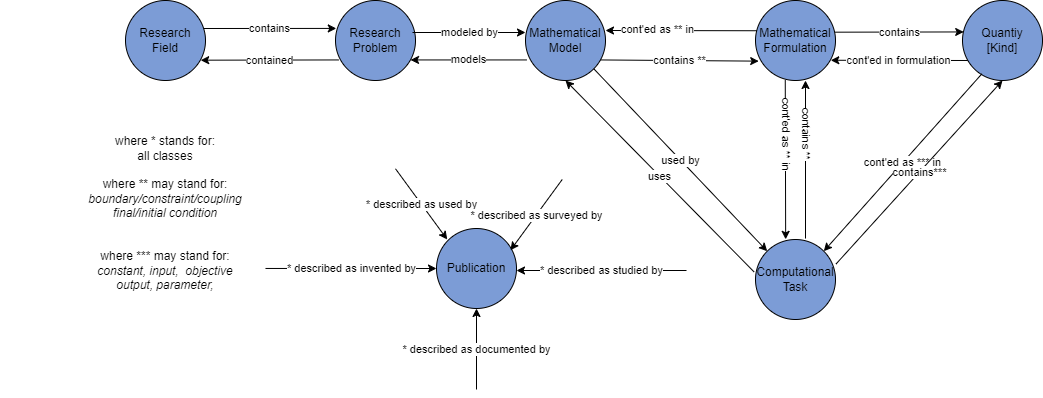
Above: docs/customSections/images/MathModDB.png in MaRDI4NFDI/MathModDB (draw.io), before the change. Source tidied: cells renumbered, new cells last; positions are measured from the earlier drawing's top-left corner, leaving out a move shared by most shapes. Its diagram source:
```xml
<mxGraphModel>
  <root>
    <mxCell id="0" />
    <mxCell id="1" parent="0" />
    <mxCell id="2" value="Research&lt;br&gt;&lt;div&gt;Field&lt;/div&gt;" style="ellipse;whiteSpace=wrap;html=1;fillColor=#7c9cd6;" parent="1" vertex="1">
      <mxGeometry x="125" width="80" height="80" as="geometry" />
    </mxCell>
    <mxCell id="3" value="Research&lt;br&gt;&lt;div&gt;Problem&lt;/div&gt;" style="ellipse;whiteSpace=wrap;html=1;fillColor=#7c9cd6;" parent="1" vertex="1">
      <mxGeometry x="335" width="80" height="80" as="geometry" />
    </mxCell>
    <mxCell id="4" value="Mathematical&lt;br&gt;Model" style="ellipse;whiteSpace=wrap;html=1;fillColor=#7c9cd6;" parent="1" vertex="1">
      <mxGeometry x="525" width="80" height="80" as="geometry" />
    </mxCell>
    <mxCell id="5" value="Mathematical&lt;br&gt;Formulation" style="ellipse;whiteSpace=wrap;html=1;fillColor=#7c9cd6;" parent="1" vertex="1">
      <mxGeometry x="755" width="80" height="80" as="geometry" />
    </mxCell>
    <mxCell id="6" value="Quantiy&lt;br&gt;[Kind]" style="ellipse;whiteSpace=wrap;html=1;fillColor=#7c9cd6;" parent="1" vertex="1">
      <mxGeometry x="962" width="80" height="80" as="geometry" />
    </mxCell>
    <mxCell id="7" value="Computational&lt;br&gt;Task" style="ellipse;whiteSpace=wrap;html=1;fillColor=#7c9cd6;" parent="1" vertex="1">
      <mxGeometry x="755" y="239" width="80" height="80" as="geometry" />
    </mxCell>
    <mxCell id="8" value="contains" style="endArrow=classic;html=1;rounded=0;entryX=0.01;entryY=0.349;entryDx=0;entryDy=0;entryPerimeter=0;" parent="1" edge="1" target="3">
      <mxGeometry relative="1" as="geometry">
        <mxPoint x="203" y="28" as="sourcePoint" />
      </mxGeometry>
    </mxCell>
    <mxCell id="9" value="contained" style="endArrow=classic;html=1;rounded=0;exitX=0.042;exitY=0.743;exitDx=0;exitDy=0;exitPerimeter=0;entryX=0.94;entryY=0.746;entryDx=0;entryDy=0;entryPerimeter=0;" parent="1" edge="1" source="3" target="2">
      <mxGeometry relative="1" as="geometry" />
    </mxCell>
    <mxCell id="10" value="modeled by" style="endArrow=classic;html=1;rounded=0;entryX=0;entryY=0.4;entryDx=0;entryDy=0;entryPerimeter=0;" parent="1" edge="1" target="4">
      <mxGeometry relative="1" as="geometry">
        <mxPoint x="412" y="32" as="sourcePoint" />
      </mxGeometry>
    </mxCell>
    <mxCell id="11" value="models" style="endArrow=classic;html=1;rounded=0;entryX=0.938;entryY=0.743;entryDx=0;entryDy=0;entryPerimeter=0;exitX=0.018;exitY=0.743;exitDx=0;exitDy=0;exitPerimeter=0;" parent="1" edge="1" source="4" target="3">
      <mxGeometry relative="1" as="geometry" />
    </mxCell>
    <mxCell id="12" value="contains **" style="endArrow=classic;html=1;rounded=0;exitX=0.938;exitY=0.743;exitDx=0;exitDy=0;entryX=0.04;entryY=0.758;entryDx=0;entryDy=0;entryPerimeter=0;exitPerimeter=0;" parent="1" edge="1" source="4" target="5">
      <mxGeometry relative="1" as="geometry" />
    </mxCell>
    <mxCell id="13" value="cont'ed as ** in" style="endArrow=classic;html=1;rounded=0;exitX=0.015;exitY=0.378;exitDx=0;exitDy=0;exitPerimeter=0;entryX=1;entryY=0.375;entryDx=0;entryDy=0;entryPerimeter=0;" parent="1" edge="1" source="5" target="4">
      <mxGeometry x="0.31" y="-1" relative="1" as="geometry" />
    </mxCell>
    <mxCell id="14" value="contains" style="endArrow=classic;html=1;rounded=0;exitX=0.99;exitY=0.396;exitDx=0;exitDy=0;exitPerimeter=0;entryX=0.015;entryY=0.393;entryDx=0;entryDy=0;entryPerimeter=0;" parent="1" edge="1" source="5" target="6">
      <mxGeometry x="0.01" relative="1" as="geometry" />
    </mxCell>
    <mxCell id="15" value="cont'ed in formulation" style="endArrow=classic;html=1;rounded=0;entryX=0.941;entryY=0.747;entryDx=0;entryDy=0;entryPerimeter=0;exitX=0.067;exitY=0.75;exitDx=0;exitDy=0;exitPerimeter=0;" parent="1" edge="1" source="6" target="5">
      <mxGeometry relative="1" as="geometry" />
    </mxCell>
    <mxCell id="16" value="used by" style="endArrow=classic;html=1;rounded=0;exitX=1;exitY=1;exitDx=0;exitDy=0;entryX=0;entryY=0;entryDx=0;entryDy=0;" parent="1" edge="1" source="4" target="7">
      <mxGeometry relative="1" as="geometry" />
    </mxCell>
    <mxCell id="17" value="uses" style="endArrow=classic;html=1;rounded=0;exitX=-0.019;exitY=0.404;exitDx=0;exitDy=0;exitPerimeter=0;entryX=0.5;entryY=1;entryDx=0;entryDy=0;" parent="1" edge="1" source="7" target="4">
      <mxGeometry relative="1" as="geometry" />
    </mxCell>
    <mxCell id="18" value="cont'ed as ** in" style="endArrow=classic;html=1;rounded=0;exitX=0.372;exitY=0.993;exitDx=0;exitDy=0;exitPerimeter=0;entryX=0.377;entryY=-0.002;entryDx=0;entryDy=0;entryPerimeter=0;textDirection=vertical-rl;" parent="1" edge="1" source="5" target="7">
      <mxGeometry relative="1" as="geometry" />
    </mxCell>
    <mxCell id="19" value="contains **" style="endArrow=classic;html=1;rounded=0;exitX=0.625;exitY=-0.012;exitDx=0;exitDy=0;exitPerimeter=0;entryX=0.625;entryY=1;entryDx=0;entryDy=0;entryPerimeter=0;textDirection=vertical-lr;" parent="1" edge="1" source="7" target="5">
      <mxGeometry relative="1" as="geometry" />
    </mxCell>
    <mxCell id="20" value="cont'ed as *** in" style="endArrow=classic;html=1;rounded=0;exitX=0.241;exitY=0.918;exitDx=0;exitDy=0;exitPerimeter=0;entryX=1;entryY=0;entryDx=0;entryDy=0;" parent="1" edge="1" source="6" target="7">
      <mxGeometry relative="1" as="geometry" />
    </mxCell>
    <mxCell id="21" value="contains***" style="endArrow=classic;html=1;rounded=0;entryX=0.5;entryY=1;entryDx=0;entryDy=0;exitX=1.005;exitY=0.308;exitDx=0;exitDy=0;exitPerimeter=0;" parent="1" edge="1" source="7" target="6">
      <mxGeometry relative="1" as="geometry" />
    </mxCell>
    <mxCell id="22" value="Publication" style="ellipse;whiteSpace=wrap;html=1;fillColor=#7c9cd6;" parent="1" vertex="1">
      <mxGeometry x="436" y="228" width="80" height="80" as="geometry" />
    </mxCell>
    <mxCell id="23" value="* described as used by" style="endArrow=classic;html=1;rounded=0;entryX=0;entryY=0;entryDx=0;entryDy=0;" parent="1" edge="1">
      <mxGeometry relative="1" as="geometry">
        <mxPoint x="395" y="168.3" as="sourcePoint" />
        <mxPoint x="446.7" y="239" as="targetPoint" />
      </mxGeometry>
    </mxCell>
    <mxCell id="24" value="* described as studied by" style="endArrow=classic;html=1;rounded=0;entryX=1;entryY=0.5;entryDx=0;entryDy=0;" parent="1" edge="1">
      <mxGeometry relative="1" as="geometry">
        <mxPoint x="686" y="270" as="sourcePoint" />
        <mxPoint x="516" y="270" as="targetPoint" />
      </mxGeometry>
    </mxCell>
    <mxCell id="25" value="* described as documented by" style="endArrow=classic;html=1;rounded=0;entryX=0.5;entryY=1;entryDx=0;entryDy=0;" parent="1" edge="1" target="22">
      <mxGeometry relative="1" as="geometry">
        <mxPoint x="476" y="389" as="sourcePoint" />
      </mxGeometry>
    </mxCell>
    <mxCell id="26" value="* described as invented by" style="endArrow=classic;html=1;rounded=0;entryX=0;entryY=0.5;entryDx=0;entryDy=0;exitX=0.803;exitY=0.718;exitDx=0;exitDy=0;exitPerimeter=0;" parent="1" edge="1" source="28" target="22">
      <mxGeometry relative="1" as="geometry" />
    </mxCell>
    <mxCell id="27" value="* described as surveyed by" style="endArrow=classic;html=1;rounded=0;entryX=1;entryY=0;entryDx=0;entryDy=0;" parent="1" edge="1">
      <mxGeometry relative="1" as="geometry">
        <mxPoint x="561.7" y="179" as="sourcePoint" />
        <mxPoint x="510" y="249.7" as="targetPoint" />
      </mxGeometry>
    </mxCell>
    <mxCell id="28" value="where * stands for:&lt;br&gt;&lt;div&gt;all classes&lt;/div&gt;&lt;div&gt;&lt;br&gt;&lt;/div&gt;where ** may stand for:&lt;br&gt;&lt;i&gt;boundary/&lt;/i&gt;&lt;i&gt;constraint/coupling&lt;br&gt;&lt;/i&gt;&lt;i&gt;final/&lt;/i&gt;&lt;i style=&quot;background-color: transparent; color: light-dark(rgb(0, 0, 0), rgb(255, 255, 255));&quot;&gt;initial&amp;nbsp;&lt;/i&gt;&lt;i style=&quot;background-color: transparent; color: light-dark(rgb(0, 0, 0), rgb(255, 255, 255));&quot;&gt;condition&lt;/i&gt;&lt;div&gt;&lt;div&gt;&lt;i&gt;&lt;br&gt;&lt;/i&gt;&lt;div&gt;&lt;br&gt;&lt;/div&gt;&lt;div&gt;where *** may stand for:&lt;/div&gt;&lt;i&gt;constant,&amp;nbsp;&lt;/i&gt;&lt;i&gt;input,&amp;nbsp;&lt;/i&gt;&lt;i style=&quot;background-color: transparent; color: light-dark(rgb(0, 0, 0), rgb(255, 255, 255));&quot;&gt;&amp;nbsp;objective&lt;/i&gt;&lt;/div&gt;&lt;div&gt;&lt;i style=&quot;background-color: transparent; color: light-dark(rgb(0, 0, 0), rgb(255, 255, 255));&quot;&gt;output, parameter,&lt;/i&gt;&lt;/div&gt;&lt;div&gt;&lt;i&gt;&lt;br&gt;&lt;/i&gt;&lt;/div&gt;&lt;/div&gt;" style="text;html=1;align=center;verticalAlign=middle;whiteSpace=wrap;rounded=0;" parent="1" vertex="1">
      <mxGeometry y="110" width="330" height="220" as="geometry" />
    </mxCell>
  </root>
</mxGraphModel>
```
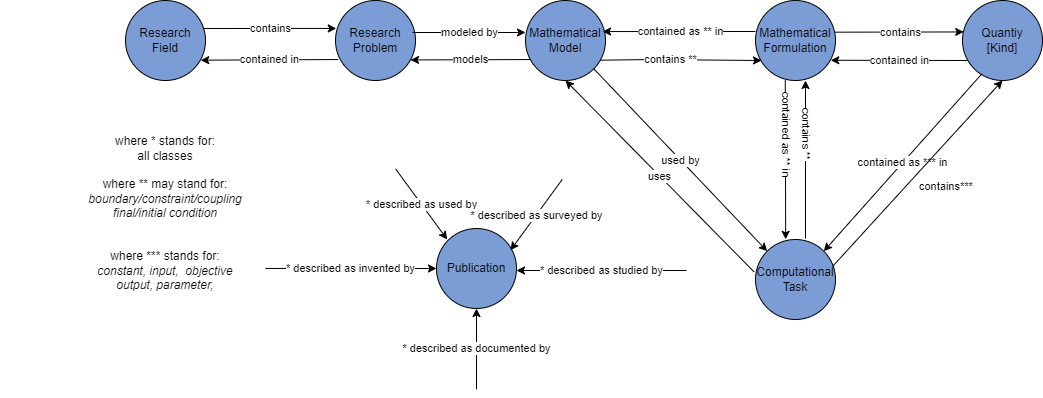
After the commit.

Commit message:
updated image to have consistent object properties description for ***

Change to the diagram source:
```diff
@@ -25,7 +25,7 @@
         <mxPoint x="203" y="28" as="sourcePoint" />
       </mxGeometry>
     </mxCell>
-    <mxCell id="9" value="contained" style="endArrow=classic;html=1;rounded=0;exitX=0.042;exitY=0.743;exitDx=0;exitDy=0;exitPerimeter=0;entryX=0.94;entryY=0.746;entryDx=0;entryDy=0;entryPerimeter=0;" parent="1" edge="1" source="3" target="2">
+    <mxCell id="9" value="contained in" style="endArrow=classic;html=1;rounded=0;entryX=0.94;entryY=0.746;entryDx=0;entryDy=0;entryPerimeter=0;exitX=0.033;exitY=0.738;exitDx=0;exitDy=0;exitPerimeter=0;" parent="1" edge="1" source="3" target="2">
       <mxGeometry relative="1" as="geometry" />
     </mxCell>
     <mxCell id="10" value="modeled by" style="endArrow=classic;html=1;rounded=0;entryX=0;entryY=0.4;entryDx=0;entryDy=0;entryPerimeter=0;" parent="1" edge="1" target="4">
@@ -33,19 +33,22 @@
         <mxPoint x="412" y="32" as="sourcePoint" />
       </mxGeometry>
     </mxCell>
-    <mxCell id="11" value="models" style="endArrow=classic;html=1;rounded=0;entryX=0.938;entryY=0.743;entryDx=0;entryDy=0;entryPerimeter=0;exitX=0.018;exitY=0.743;exitDx=0;exitDy=0;exitPerimeter=0;" parent="1" edge="1" source="4" target="3">
+    <mxCell id="11" value="models" style="endArrow=classic;html=1;rounded=0;entryX=0.938;entryY=0.743;entryDx=0;entryDy=0;entryPerimeter=0;exitX=0.067;exitY=0.738;exitDx=0;exitDy=0;exitPerimeter=0;" parent="1" edge="1" source="4" target="3">
       <mxGeometry relative="1" as="geometry" />
     </mxCell>
-    <mxCell id="12" value="contains **" style="endArrow=classic;html=1;rounded=0;exitX=0.938;exitY=0.743;exitDx=0;exitDy=0;entryX=0.04;entryY=0.758;entryDx=0;entryDy=0;entryPerimeter=0;exitPerimeter=0;" parent="1" edge="1" source="4" target="5">
-      <mxGeometry relative="1" as="geometry" />
+    <mxCell id="12" value="contains **" style="endArrow=classic;html=1;rounded=0;exitX=0.933;exitY=0.746;exitDx=0;exitDy=0;exitPerimeter=0;" parent="1" edge="1" source="4">
+      <mxGeometry relative="1" as="geometry">
+        <mxPoint x="761" y="60" as="targetPoint" />
+        <Array as="points">
+          <mxPoint x="655" y="59" />
+          <mxPoint x="645" y="59" />
+        </Array>
+      </mxGeometry>
     </mxCell>
-    <mxCell id="13" value="cont'ed as ** in" style="endArrow=classic;html=1;rounded=0;exitX=0.015;exitY=0.378;exitDx=0;exitDy=0;exitPerimeter=0;entryX=1;entryY=0.375;entryDx=0;entryDy=0;entryPerimeter=0;" parent="1" edge="1" source="5" target="4">
-      <mxGeometry x="0.31" y="-1" relative="1" as="geometry" />
-    </mxCell>
     <mxCell id="14" value="contains" style="endArrow=classic;html=1;rounded=0;exitX=0.99;exitY=0.396;exitDx=0;exitDy=0;exitPerimeter=0;entryX=0.015;entryY=0.393;entryDx=0;entryDy=0;entryPerimeter=0;" parent="1" edge="1" source="5" target="6">
       <mxGeometry x="0.01" relative="1" as="geometry" />
     </mxCell>
-    <mxCell id="15" value="cont'ed in formulation" style="endArrow=classic;html=1;rounded=0;entryX=0.941;entryY=0.747;entryDx=0;entryDy=0;entryPerimeter=0;exitX=0.067;exitY=0.75;exitDx=0;exitDy=0;exitPerimeter=0;" parent="1" edge="1" source="6" target="5">
+    <mxCell id="15" value="contain&lt;span style=&quot;background-color: light-dark(#ffffff, var(--ge-dark-color, #121212)); color: light-dark(rgb(0, 0, 0), rgb(255, 255, 255));&quot;&gt;ed in&lt;/span&gt;" style="endArrow=classic;html=1;rounded=0;entryX=0.941;entryY=0.747;entryDx=0;entryDy=0;entryPerimeter=0;exitX=0.067;exitY=0.75;exitDx=0;exitDy=0;exitPerimeter=0;" parent="1" edge="1" source="6" target="5">
       <mxGeometry relative="1" as="geometry" />
     </mxCell>
     <mxCell id="16" value="used by" style="endArrow=classic;html=1;rounded=0;exitX=1;exitY=1;exitDx=0;exitDy=0;entryX=0;entryY=0;entryDx=0;entryDy=0;" parent="1" edge="1" source="4" target="7">
@@ -54,16 +57,16 @@
     <mxCell id="17" value="uses" style="endArrow=classic;html=1;rounded=0;exitX=-0.019;exitY=0.404;exitDx=0;exitDy=0;exitPerimeter=0;entryX=0.5;entryY=1;entryDx=0;entryDy=0;" parent="1" edge="1" source="7" target="4">
       <mxGeometry relative="1" as="geometry" />
     </mxCell>
-    <mxCell id="18" value="cont'ed as ** in" style="endArrow=classic;html=1;rounded=0;exitX=0.372;exitY=0.993;exitDx=0;exitDy=0;exitPerimeter=0;entryX=0.377;entryY=-0.002;entryDx=0;entryDy=0;entryPerimeter=0;textDirection=vertical-rl;" parent="1" edge="1" source="5" target="7">
+    <mxCell id="18" value="contained as ** in" style="endArrow=classic;html=1;rounded=0;exitX=0.372;exitY=0.993;exitDx=0;exitDy=0;exitPerimeter=0;entryX=0.377;entryY=-0.002;entryDx=0;entryDy=0;entryPerimeter=0;textDirection=vertical-rl;" parent="1" edge="1" source="5" target="7">
       <mxGeometry relative="1" as="geometry" />
     </mxCell>
     <mxCell id="19" value="contains **" style="endArrow=classic;html=1;rounded=0;exitX=0.625;exitY=-0.012;exitDx=0;exitDy=0;exitPerimeter=0;entryX=0.625;entryY=1;entryDx=0;entryDy=0;entryPerimeter=0;textDirection=vertical-lr;" parent="1" edge="1" source="7" target="5">
       <mxGeometry relative="1" as="geometry" />
     </mxCell>
-    <mxCell id="20" value="cont'ed as *** in" style="endArrow=classic;html=1;rounded=0;exitX=0.241;exitY=0.918;exitDx=0;exitDy=0;exitPerimeter=0;entryX=1;entryY=0;entryDx=0;entryDy=0;" parent="1" edge="1" source="6" target="7">
+    <mxCell id="20" value="contained as *** in" style="endArrow=classic;html=1;rounded=0;exitX=0.241;exitY=0.918;exitDx=0;exitDy=0;exitPerimeter=0;entryX=1;entryY=0;entryDx=0;entryDy=0;labelPosition=center;verticalLabelPosition=middle;align=center;verticalAlign=middle;" parent="1" edge="1" source="6" target="7">
       <mxGeometry relative="1" as="geometry" />
     </mxCell>
-    <mxCell id="21" value="contains***" style="endArrow=classic;html=1;rounded=0;entryX=0.5;entryY=1;entryDx=0;entryDy=0;exitX=1.005;exitY=0.308;exitDx=0;exitDy=0;exitPerimeter=0;" parent="1" edge="1" source="7" target="6">
+    <mxCell id="21" value="contains***" style="endArrow=classic;html=1;rounded=0;entryX=0.5;entryY=1;entryDx=0;entryDy=0;exitX=0.967;exitY=0.333;exitDx=0;exitDy=0;exitPerimeter=0;labelPosition=right;verticalLabelPosition=bottom;align=left;verticalAlign=top;" parent="1" edge="1" source="7" target="6">
       <mxGeometry relative="1" as="geometry" />
     </mxCell>
     <mxCell id="22" value="Publication" style="ellipse;whiteSpace=wrap;html=1;fillColor=#7c9cd6;" parent="1" vertex="1">
@@ -95,8 +98,13 @@
         <mxPoint x="510" y="249.7" as="targetPoint" />
       </mxGeometry>
     </mxCell>
-    <mxCell id="28" value="where * stands for:&lt;br&gt;&lt;div&gt;all classes&lt;/div&gt;&lt;div&gt;&lt;br&gt;&lt;/div&gt;where ** may stand for:&lt;br&gt;&lt;i&gt;boundary/&lt;/i&gt;&lt;i&gt;constraint/coupling&lt;br&gt;&lt;/i&gt;&lt;i&gt;final/&lt;/i&gt;&lt;i style=&quot;background-color: transparent; color: light-dark(rgb(0, 0, 0), rgb(255, 255, 255));&quot;&gt;initial&amp;nbsp;&lt;/i&gt;&lt;i style=&quot;background-color: transparent; color: light-dark(rgb(0, 0, 0), rgb(255, 255, 255));&quot;&gt;condition&lt;/i&gt;&lt;div&gt;&lt;div&gt;&lt;i&gt;&lt;br&gt;&lt;/i&gt;&lt;div&gt;&lt;br&gt;&lt;/div&gt;&lt;div&gt;where *** may stand for:&lt;/div&gt;&lt;i&gt;constant,&amp;nbsp;&lt;/i&gt;&lt;i&gt;input,&amp;nbsp;&lt;/i&gt;&lt;i style=&quot;background-color: transparent; color: light-dark(rgb(0, 0, 0), rgb(255, 255, 255));&quot;&gt;&amp;nbsp;objective&lt;/i&gt;&lt;/div&gt;&lt;div&gt;&lt;i style=&quot;background-color: transparent; color: light-dark(rgb(0, 0, 0), rgb(255, 255, 255));&quot;&gt;output, parameter,&lt;/i&gt;&lt;/div&gt;&lt;div&gt;&lt;i&gt;&lt;br&gt;&lt;/i&gt;&lt;/div&gt;&lt;/div&gt;" style="text;html=1;align=center;verticalAlign=middle;whiteSpace=wrap;rounded=0;" parent="1" vertex="1">
+    <mxCell id="28" value="where * stands for:&lt;br&gt;&lt;div&gt;all classes&lt;/div&gt;&lt;div&gt;&lt;br&gt;&lt;/div&gt;where ** may stand for:&lt;br&gt;&lt;i&gt;boundary/&lt;/i&gt;&lt;i&gt;constraint/coupling&lt;br&gt;&lt;/i&gt;&lt;i&gt;final/&lt;/i&gt;&lt;i style=&quot;background-color: transparent; color: light-dark(rgb(0, 0, 0), rgb(255, 255, 255));&quot;&gt;initial&amp;nbsp;&lt;/i&gt;&lt;i style=&quot;background-color: transparent; color: light-dark(rgb(0, 0, 0), rgb(255, 255, 255));&quot;&gt;condition&lt;/i&gt;&lt;div&gt;&lt;div&gt;&lt;i&gt;&lt;br&gt;&lt;/i&gt;&lt;div&gt;&lt;br&gt;&lt;/div&gt;&lt;div&gt;where *** stands for:&lt;/div&gt;&lt;i&gt;constant,&amp;nbsp;&lt;/i&gt;&lt;i&gt;input,&amp;nbsp;&lt;/i&gt;&lt;i style=&quot;background-color: transparent; color: light-dark(rgb(0, 0, 0), rgb(255, 255, 255));&quot;&gt;&amp;nbsp;objective&lt;/i&gt;&lt;/div&gt;&lt;div&gt;&lt;i style=&quot;background-color: transparent; color: light-dark(rgb(0, 0, 0), rgb(255, 255, 255));&quot;&gt;output, parameter,&lt;/i&gt;&lt;/div&gt;&lt;div&gt;&lt;i&gt;&lt;br&gt;&lt;/i&gt;&lt;/div&gt;&lt;/div&gt;" style="text;html=1;align=center;verticalAlign=middle;whiteSpace=wrap;rounded=0;" parent="1" vertex="1">
       <mxGeometry y="110" width="330" height="220" as="geometry" />
     </mxCell>
+    <mxCell id="29" value="contain&lt;span style=&quot;background-color: light-dark(#ffffff, var(--ge-dark-color, #121212)); color: light-dark(rgb(0, 0, 0), rgb(255, 255, 255));&quot;&gt;ed as ** in&lt;/span&gt;" style="endArrow=classic;html=1;rounded=0;entryX=0.963;entryY=0.388;entryDx=0;entryDy=0;entryPerimeter=0;" parent="1" edge="1" target="4">
+      <mxGeometry x="-0.02" relative="1" as="geometry">
+        <mxPoint x="755" y="31" as="sourcePoint" />
+      </mxGeometry>
+    </mxCell>
   </root>
 </mxGraphModel>
```
